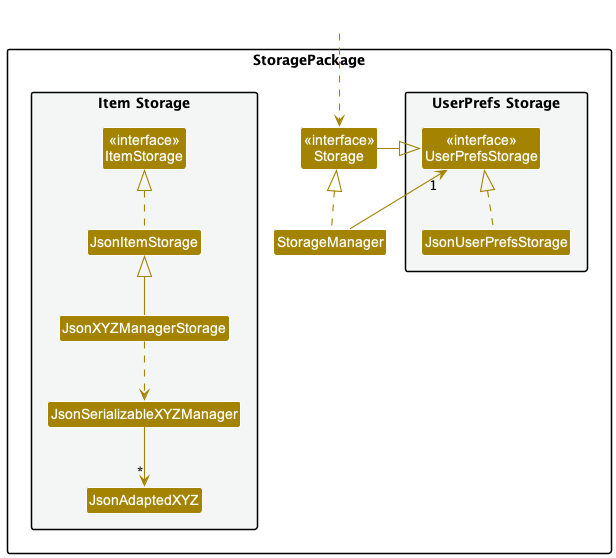
The PlantUML diagram docs/images/WingmanStorageClassDiagram.png in nus-cs2103-AY2223S2/tp, before a commit.
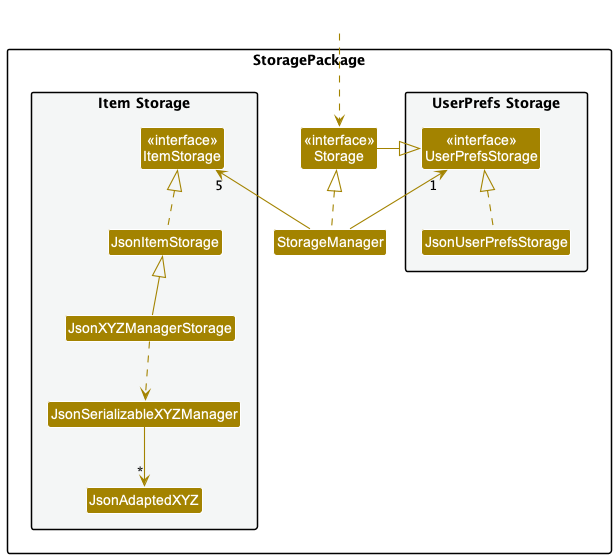
Above is the later version.

Commit message:
Update Ui, Model and Storage sections

The edit, as a diff of the source:
```diff
@@ -29,6 +29,7 @@
 
 StorageManager .up.|> Storage
 StorageManager -up-> "1" UserPrefsStorage
+StorageManager -up-> "5" ItemStorage
 
 Storage -left-|> UserPrefsStorage
 
```
